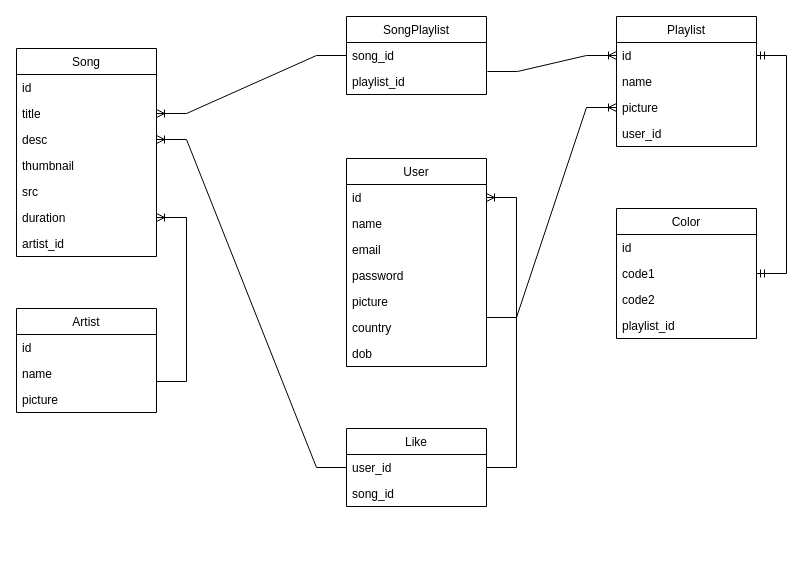
Earlier version of the draw.io diagram db_schema.drawio (junaid-home/spotify-clone). Source tidied: cells renumbered, new cells numbered last; positions are measured from the earlier drawing's top-left corner, leaving out a move shared by most shapes. Both pictures are drawn from the tidied source at 100%, with x=0, y=0 at pixel (16, 16).
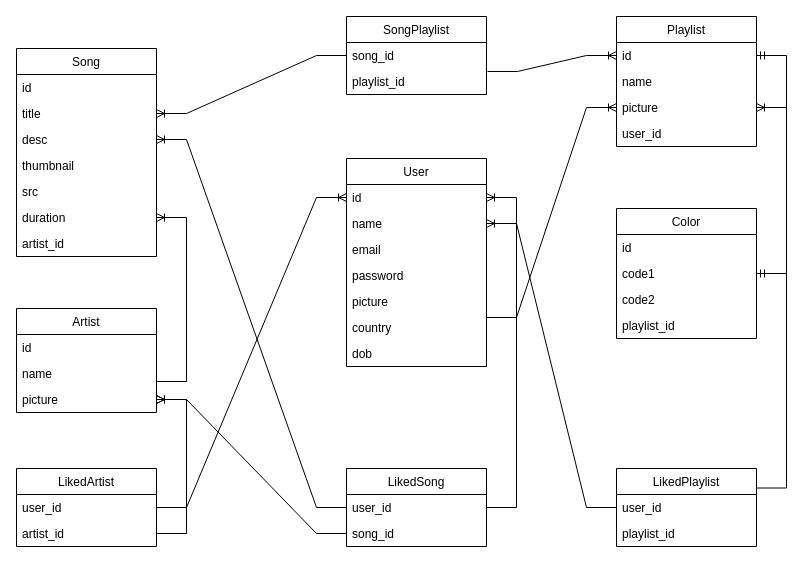
After the change.

Unchanged cells that the change refers to:
```xml
<mxCell id="13" value="picture" style="text;strokeColor=none;fillColor=none;align=left;verticalAlign=top;spacingLeft=4;spacingRight=4;overflow=hidden;points=[[0,0.5],[1,0.5]];portConstraint=eastwest;" parent="10" vertex="1">
  <mxGeometry y="78" width="140" height="26" as="geometry" />
</mxCell>
<mxCell id="16" value="id" style="text;strokeColor=none;fillColor=none;align=left;verticalAlign=top;spacingLeft=4;spacingRight=4;overflow=hidden;points=[[0,0.5],[1,0.5]];portConstraint=eastwest;" parent="15" vertex="1">
  <mxGeometry y="26" width="140" height="26" as="geometry" />
</mxCell>
<mxCell id="17" value="name" style="text;strokeColor=none;fillColor=none;align=left;verticalAlign=top;spacingLeft=4;spacingRight=4;overflow=hidden;points=[[0,0.5],[1,0.5]];portConstraint=eastwest;" parent="15" vertex="1">
  <mxGeometry y="52" width="140" height="26" as="geometry" />
</mxCell>
<mxCell id="26" value="picture" style="text;strokeColor=none;fillColor=none;align=left;verticalAlign=top;spacingLeft=4;spacingRight=4;overflow=hidden;points=[[0,0.5],[1,0.5]];portConstraint=eastwest;" parent="23" vertex="1">
  <mxGeometry y="78" width="140" height="26" as="geometry" />
</mxCell>
<mxCell id="29" value="song_id" style="text;strokeColor=none;fillColor=none;align=left;verticalAlign=top;spacingLeft=4;spacingRight=4;overflow=hidden;points=[[0,0.5],[1,0.5]];portConstraint=eastwest;" parent="27" vertex="1">
  <mxGeometry y="52" width="140" height="26" as="geometry" />
</mxCell>
```

What changed in the source:
```diff
@@
-    <mxCell id="27" value="Like" style="swimlane;fontStyle=0;horizontal=1;startSize=26;fillColor=none;" parent="1" vertex="1">
-      <mxGeometry x="330" y="412" width="140" height="78" as="geometry" />
+    <mxCell id="27" value="LikedSong" style="swimlane;fontStyle=0;horizontal=1;startSize=26;fillColor=none;" parent="1" vertex="1">
+      <mxGeometry x="330" y="452" width="140" height="78" as="geometry" />
     </mxCell>
@@
+    <mxCell id="45" style="edgeStyle=entityRelationEdgeStyle;fontSize=12;html=1;endArrow=ERoneToMany;rounded=0;exitX=0;exitY=0.5;exitDx=0;exitDy=0;" parent="1" edge="1" source="29" target="26">
+      <mxGeometry relative="1" as="geometry" />
+    </mxCell>
+    <mxCell id="46" style="edgeStyle=entityRelationEdgeStyle;fontSize=12;html=1;endArrow=ERoneToMany;rounded=0;exitX=1;exitY=0.25;exitDx=0;exitDy=0;entryX=1;entryY=0.5;entryDx=0;entryDy=0;" parent="1" edge="1" source="47" target="13">
+      <mxGeometry relative="1" as="geometry" />
+    </mxCell>
+    <mxCell id="47" value="LikedPlaylist" style="swimlane;fontStyle=0;horizontal=1;startSize=26;fillColor=none;" parent="1" vertex="1">
+      <mxGeometry x="600" y="452" width="140" height="78" as="geometry" />
+    </mxCell>
+    <mxCell id="48" value="user_id" style="text;strokeColor=none;fillColor=none;align=left;verticalAlign=top;spacingLeft=4;spacingRight=4;overflow=hidden;" parent="47" vertex="1">
+      <mxGeometry y="26" width="140" height="26" as="geometry" />
+    </mxCell>
+    <mxCell id="49" value="playlist_id" style="text;strokeColor=none;fillColor=none;align=left;verticalAlign=top;spacingLeft=4;spacingRight=4;overflow=hidden;" parent="47" vertex="1">
+      <mxGeometry y="52" width="140" height="26" as="geometry" />
+    </mxCell>
+    <mxCell id="50" style="edgeStyle=entityRelationEdgeStyle;fontSize=12;html=1;endArrow=ERoneToMany;rounded=0;entryX=1;entryY=0.5;entryDx=0;entryDy=0;" parent="1" edge="1" source="47" target="17">
+      <mxGeometry relative="1" as="geometry" />
+    </mxCell>
+    <mxCell id="51" value="LikedArtist" style="swimlane;fontStyle=0;horizontal=1;startSize=26;fillColor=none;" parent="1" vertex="1">
+      <mxGeometry y="452" width="140" height="78" as="geometry" />
+    </mxCell>
+    <mxCell id="52" value="user_id" style="text;strokeColor=none;fillColor=none;align=left;verticalAlign=top;spacingLeft=4;spacingRight=4;overflow=hidden;points=[[0,0.5],[1,0.5]];portConstraint=eastwest;" parent="51" vertex="1">
+      <mxGeometry y="26" width="140" height="26" as="geometry" />
+    </mxCell>
+    <mxCell id="53" value="artist_id" style="text;strokeColor=none;fillColor=none;align=left;verticalAlign=top;spacingLeft=4;spacingRight=4;overflow=hidden;points=[[0,0.5],[1,0.5]];portConstraint=eastwest;" parent="51" vertex="1">
+      <mxGeometry y="52" width="140" height="26" as="geometry" />
+    </mxCell>
+    <mxCell id="54" style="edgeStyle=entityRelationEdgeStyle;fontSize=12;html=1;endArrow=ERoneToMany;rounded=0;exitX=1;exitY=0.5;exitDx=0;exitDy=0;" parent="1" edge="1" source="53" target="26">
+      <mxGeometry relative="1" as="geometry" />
+    </mxCell>
+    <mxCell id="55" style="edgeStyle=entityRelationEdgeStyle;fontSize=12;html=1;endArrow=ERoneToMany;rounded=0;exitX=1;exitY=0.5;exitDx=0;exitDy=0;entryX=0;entryY=0.5;entryDx=0;entryDy=0;" parent="1" edge="1" source="52" target="16">
+      <mxGeometry relative="1" as="geometry" />
+    </mxCell>
```
